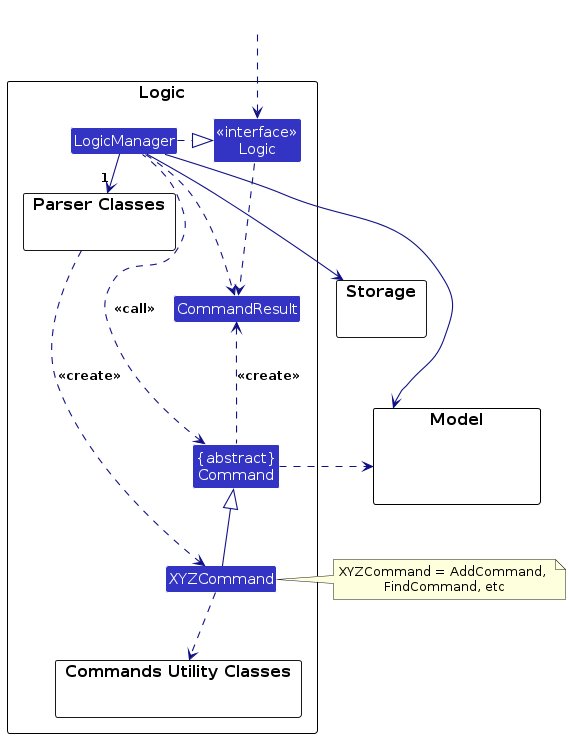
Earlier version of the PlantUML export diagrams/LogicClassDiagram.png (belligerentbeagle/tp). Its source is kept beside it as diagrams/LogicClassDiagram.puml. Source of this version:
```plantuml
@startuml
!include style.puml
skinparam arrowThickness 1.1
skinparam arrowColor LOGIC_COLOR_T4
skinparam classBackgroundColor LOGIC_COLOR

package Logic as LogicPackage {

package "Parser Classes" as ParserClasses{
}
Class XYZCommand
Class CommandResult
Class "{abstract}\nCommand" as Command

Class "<<interface>>\nLogic" as Logic
Class LogicManager

package "Commands Utility Classes" as CommandsUtil {
}
}

package Model {
Class HiddenModel #FFFFFF
}

package Storage {
}

Class HiddenOutside #FFFFFF
HiddenOutside ..> Logic

LogicManager .right.|> Logic
LogicManager -right->"1" ParserClasses
ParserClasses ..> XYZCommand : <<create>>
XYZCommand .down.> CommandsUtil

XYZCommand -up-|> Command
LogicManager .left.> Command : <<call>>

LogicManager --> Model
LogicManager --> Storage
Storage --[hidden] Model
Command .[hidden]up.> Storage
Command .right.> Model
note right of XYZCommand: XYZCommand = AddCommand, \nFindCommand, etc

Logic ..> CommandResult
LogicManager .down.> CommandResult
Command .up.> CommandResult : <<create>>
@enduml
```
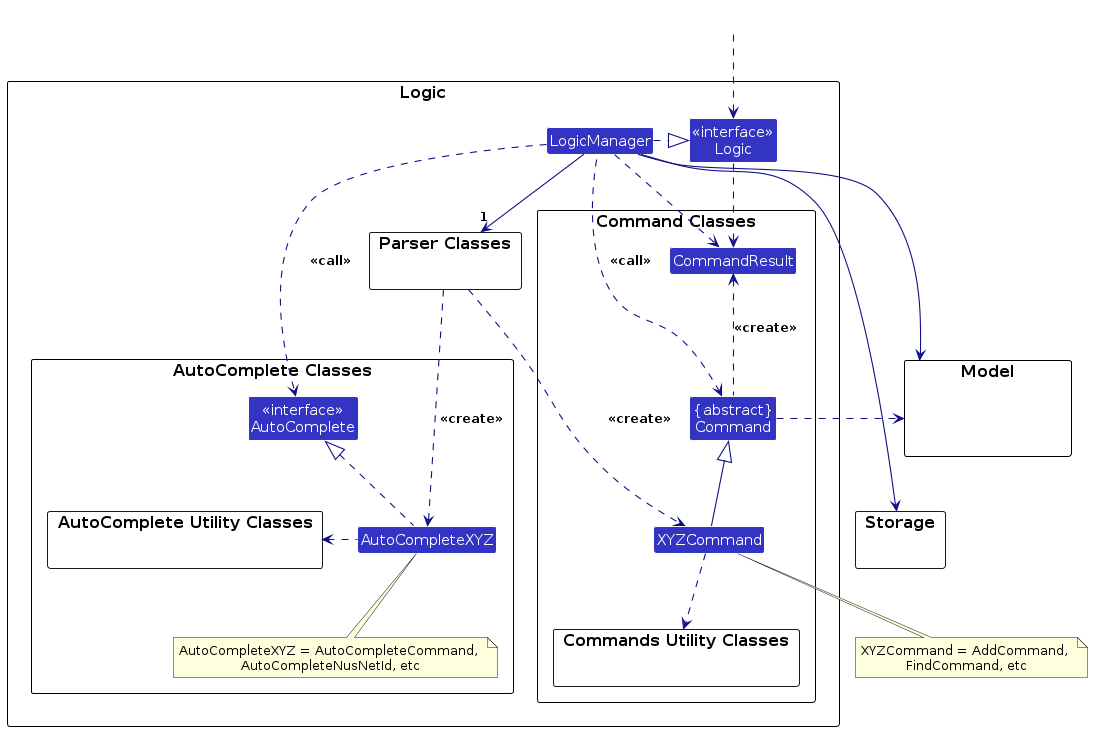
Above is the later version.

Diff of the diagram source:
```diff
@@ -5,22 +5,31 @@
 skinparam classBackgroundColor LOGIC_COLOR
 
 package Logic as LogicPackage {
+    package "Parser Classes" as ParserClasses{
+    }
 
-package "Parser Classes" as ParserClasses{
-}
-Class XYZCommand
-Class CommandResult
-Class "{abstract}\nCommand" as Command
+    Class "<<interface>>\nLogic" as Logic
+    Class LogicManager
 
-Class "<<interface>>\nLogic" as Logic
-Class LogicManager
+    package "Command Classes" as CommandPackage {
+        package "Commands Utility Classes" as CommandsUtil {
+        }
+        Class XYZCommand
+        Class CommandResult
+        Class "{abstract}\nCommand" as Command
+    }
 
-package "Commands Utility Classes" as CommandsUtil {
-}
+    package "AutoComplete Classes" as AutoCompletePackage {
+        package "AutoComplete Utility Classes" as AutoCompleteUtil {
+        }
+        class "<<interface>>\nAutoComplete" as AutoComplete
+        class AutoCompleteXYZ
+        note bottom of AutoCompleteXYZ: AutoCompleteXYZ = AutoCompleteCommand, \nAutoCompleteNusNetId, etc
+    }
 }
 
 package Model {
-Class HiddenModel #FFFFFF
+    class HiddenModel #FFFFFF
 }
 
 package Storage {
@@ -32,17 +41,21 @@
 LogicManager .right.|> Logic
 LogicManager -right->"1" ParserClasses
 ParserClasses ..> XYZCommand : <<create>>
+ParserClasses ...> AutoCompleteXYZ : <<create>>
 XYZCommand .down.> CommandsUtil
+AutoCompleteXYZ .left.> AutoCompleteUtil
 
 XYZCommand -up-|> Command
+AutoCompleteXYZ .up.|> AutoComplete
 LogicManager .left.> Command : <<call>>
+LogicManager .down..> AutoComplete : <<call>>
 
 LogicManager --> Model
-LogicManager --> Storage
-Storage --[hidden] Model
+LogicManager ----> Storage
+
 Command .[hidden]up.> Storage
 Command .right.> Model
-note right of XYZCommand: XYZCommand = AddCommand, \nFindCommand, etc
+note bottom of XYZCommand: XYZCommand = AddCommand, \nFindCommand, etc
 
 Logic ..> CommandResult
 LogicManager .down.> CommandResult
```
